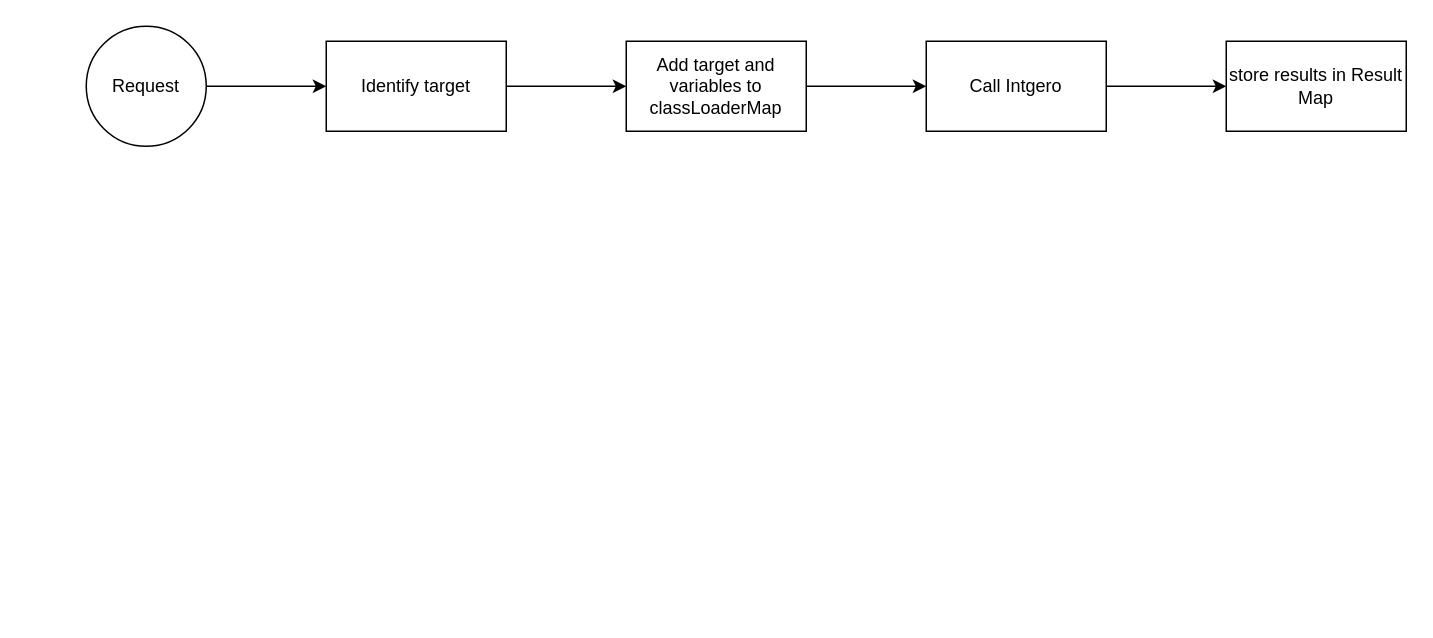
Above: diagrams/Processes.drawio in adobe/bridgeService (draw.io), before the change. Source tidied: cells renumbered, new cells numbered last; positions are measured from the earlier drawing's top-left corner, leaving out a move shared by most shapes. Both pictures are drawn from the tidied source at 150%, with x=0, y=0 at pixel (86, 26).
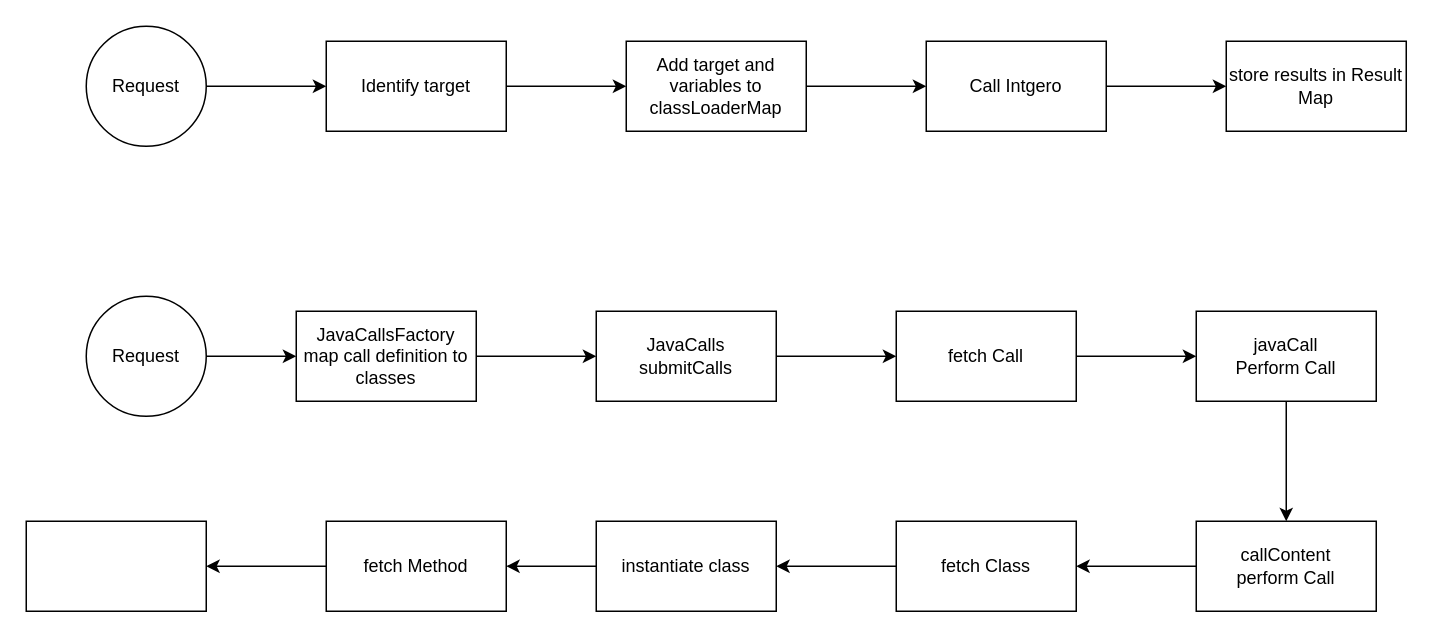
After the change.

Change to the diagram source:
```diff
@@
+    <mxCell id="11" style="edgeStyle=orthogonalEdgeStyle;rounded=0;jettySize=auto;html=1;" parent="1" edge="1" source="12" target="14">
+      <mxGeometry relative="1" as="geometry" />
+    </mxCell>
+    <mxCell id="12" value="Request" style="ellipse;whiteSpace=wrap;html=1;" parent="1" vertex="1">
+      <mxGeometry y="180" width="80" height="80" as="geometry" />
+    </mxCell>
+    <mxCell id="13" style="edgeStyle=orthogonalEdgeStyle;rounded=0;jettySize=auto;html=1;" parent="1" edge="1" source="14" target="16">
+      <mxGeometry relative="1" as="geometry" />
+    </mxCell>
+    <mxCell id="14" value="JavaCallsFactory&lt;br&gt;map call definition to classes" style="whiteSpace=wrap;html=1;" parent="1" vertex="1">
+      <mxGeometry x="140" y="190" width="120" height="60" as="geometry" />
+    </mxCell>
+    <mxCell id="15" style="edgeStyle=orthogonalEdgeStyle;rounded=0;jettySize=auto;html=1;" parent="1" edge="1" source="16" target="18">
+      <mxGeometry relative="1" as="geometry" />
+    </mxCell>
+    <mxCell id="16" value="JavaCalls&lt;br&gt;submitCalls" style="whiteSpace=wrap;html=1;" parent="1" vertex="1">
+      <mxGeometry x="340" y="190" width="120" height="60" as="geometry" />
+    </mxCell>
+    <mxCell id="17" style="edgeStyle=orthogonalEdgeStyle;rounded=0;jettySize=auto;html=1;" parent="1" edge="1" source="18" target="20">
+      <mxGeometry relative="1" as="geometry" />
+    </mxCell>
+    <mxCell id="18" value="fetch Call" style="whiteSpace=wrap;html=1;" parent="1" vertex="1">
+      <mxGeometry x="540" y="190" width="120" height="60" as="geometry" />
+    </mxCell>
+    <mxCell id="19" style="edgeStyle=orthogonalEdgeStyle;rounded=0;jettySize=auto;html=1;" parent="1" edge="1" source="20" target="22">
+      <mxGeometry relative="1" as="geometry" />
+    </mxCell>
+    <mxCell id="20" value="javaCall&lt;br&gt;Perform Call" style="whiteSpace=wrap;html=1;" parent="1" vertex="1">
+      <mxGeometry x="740" y="190" width="120" height="60" as="geometry" />
+    </mxCell>
+    <mxCell id="21" style="edgeStyle=orthogonalEdgeStyle;rounded=0;jettySize=auto;html=1;" parent="1" edge="1" source="22" target="24">
+      <mxGeometry relative="1" as="geometry" />
+    </mxCell>
+    <mxCell id="22" value="callContent&lt;br&gt;perform Call" style="whiteSpace=wrap;html=1;" parent="1" vertex="1">
+      <mxGeometry x="740" y="330" width="120" height="60" as="geometry" />
+    </mxCell>
+    <mxCell id="23" style="edgeStyle=orthogonalEdgeStyle;rounded=0;jettySize=auto;html=1;" parent="1" edge="1" source="24" target="26">
+      <mxGeometry relative="1" as="geometry" />
+    </mxCell>
+    <mxCell id="24" value="fetch Class" style="whiteSpace=wrap;html=1;" parent="1" vertex="1">
+      <mxGeometry x="540" y="330" width="120" height="60" as="geometry" />
+    </mxCell>
+    <mxCell id="25" style="edgeStyle=orthogonalEdgeStyle;rounded=0;jettySize=auto;html=1;" parent="1" edge="1" source="26" target="28">
+      <mxGeometry relative="1" as="geometry" />
+    </mxCell>
+    <mxCell id="26" value="instantiate class" style="whiteSpace=wrap;html=1;" parent="1" vertex="1">
+      <mxGeometry x="340" y="330" width="120" height="60" as="geometry" />
+    </mxCell>
+    <mxCell id="27" style="edgeStyle=orthogonalEdgeStyle;rounded=0;jettySize=auto;html=1;" parent="1" edge="1" source="28" target="29">
+      <mxGeometry relative="1" as="geometry" />
+    </mxCell>
+    <mxCell id="28" value="fetch Method" style="whiteSpace=wrap;html=1;" parent="1" vertex="1">
+      <mxGeometry x="160" y="330" width="120" height="60" as="geometry" />
+    </mxCell>
+    <mxCell id="29" style="whiteSpace=wrap;html=1;" parent="1" vertex="1">
+      <mxGeometry x="-40" y="330" width="120" height="60" as="geometry" />
+    </mxCell>
```
